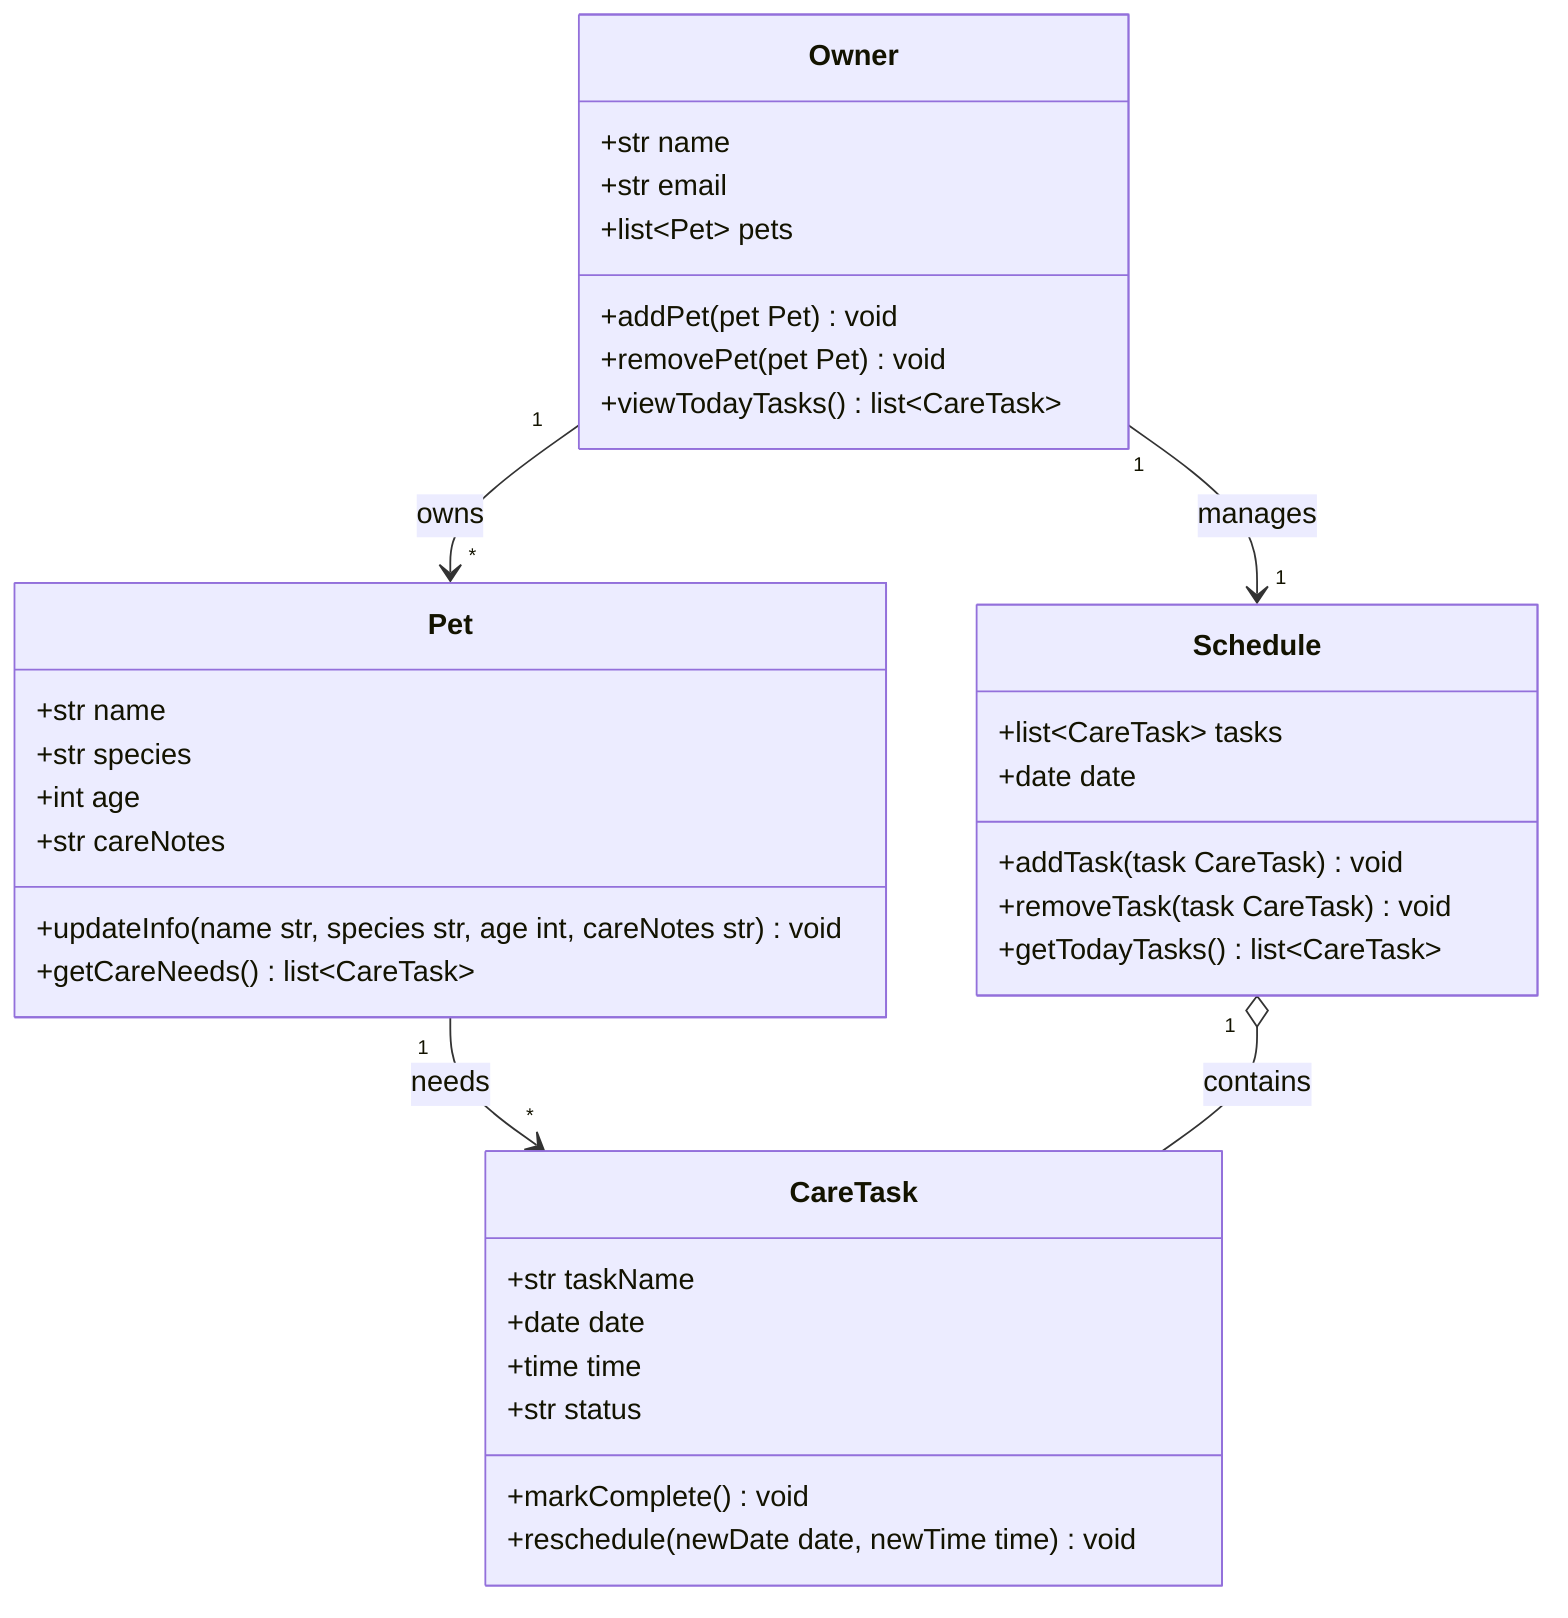
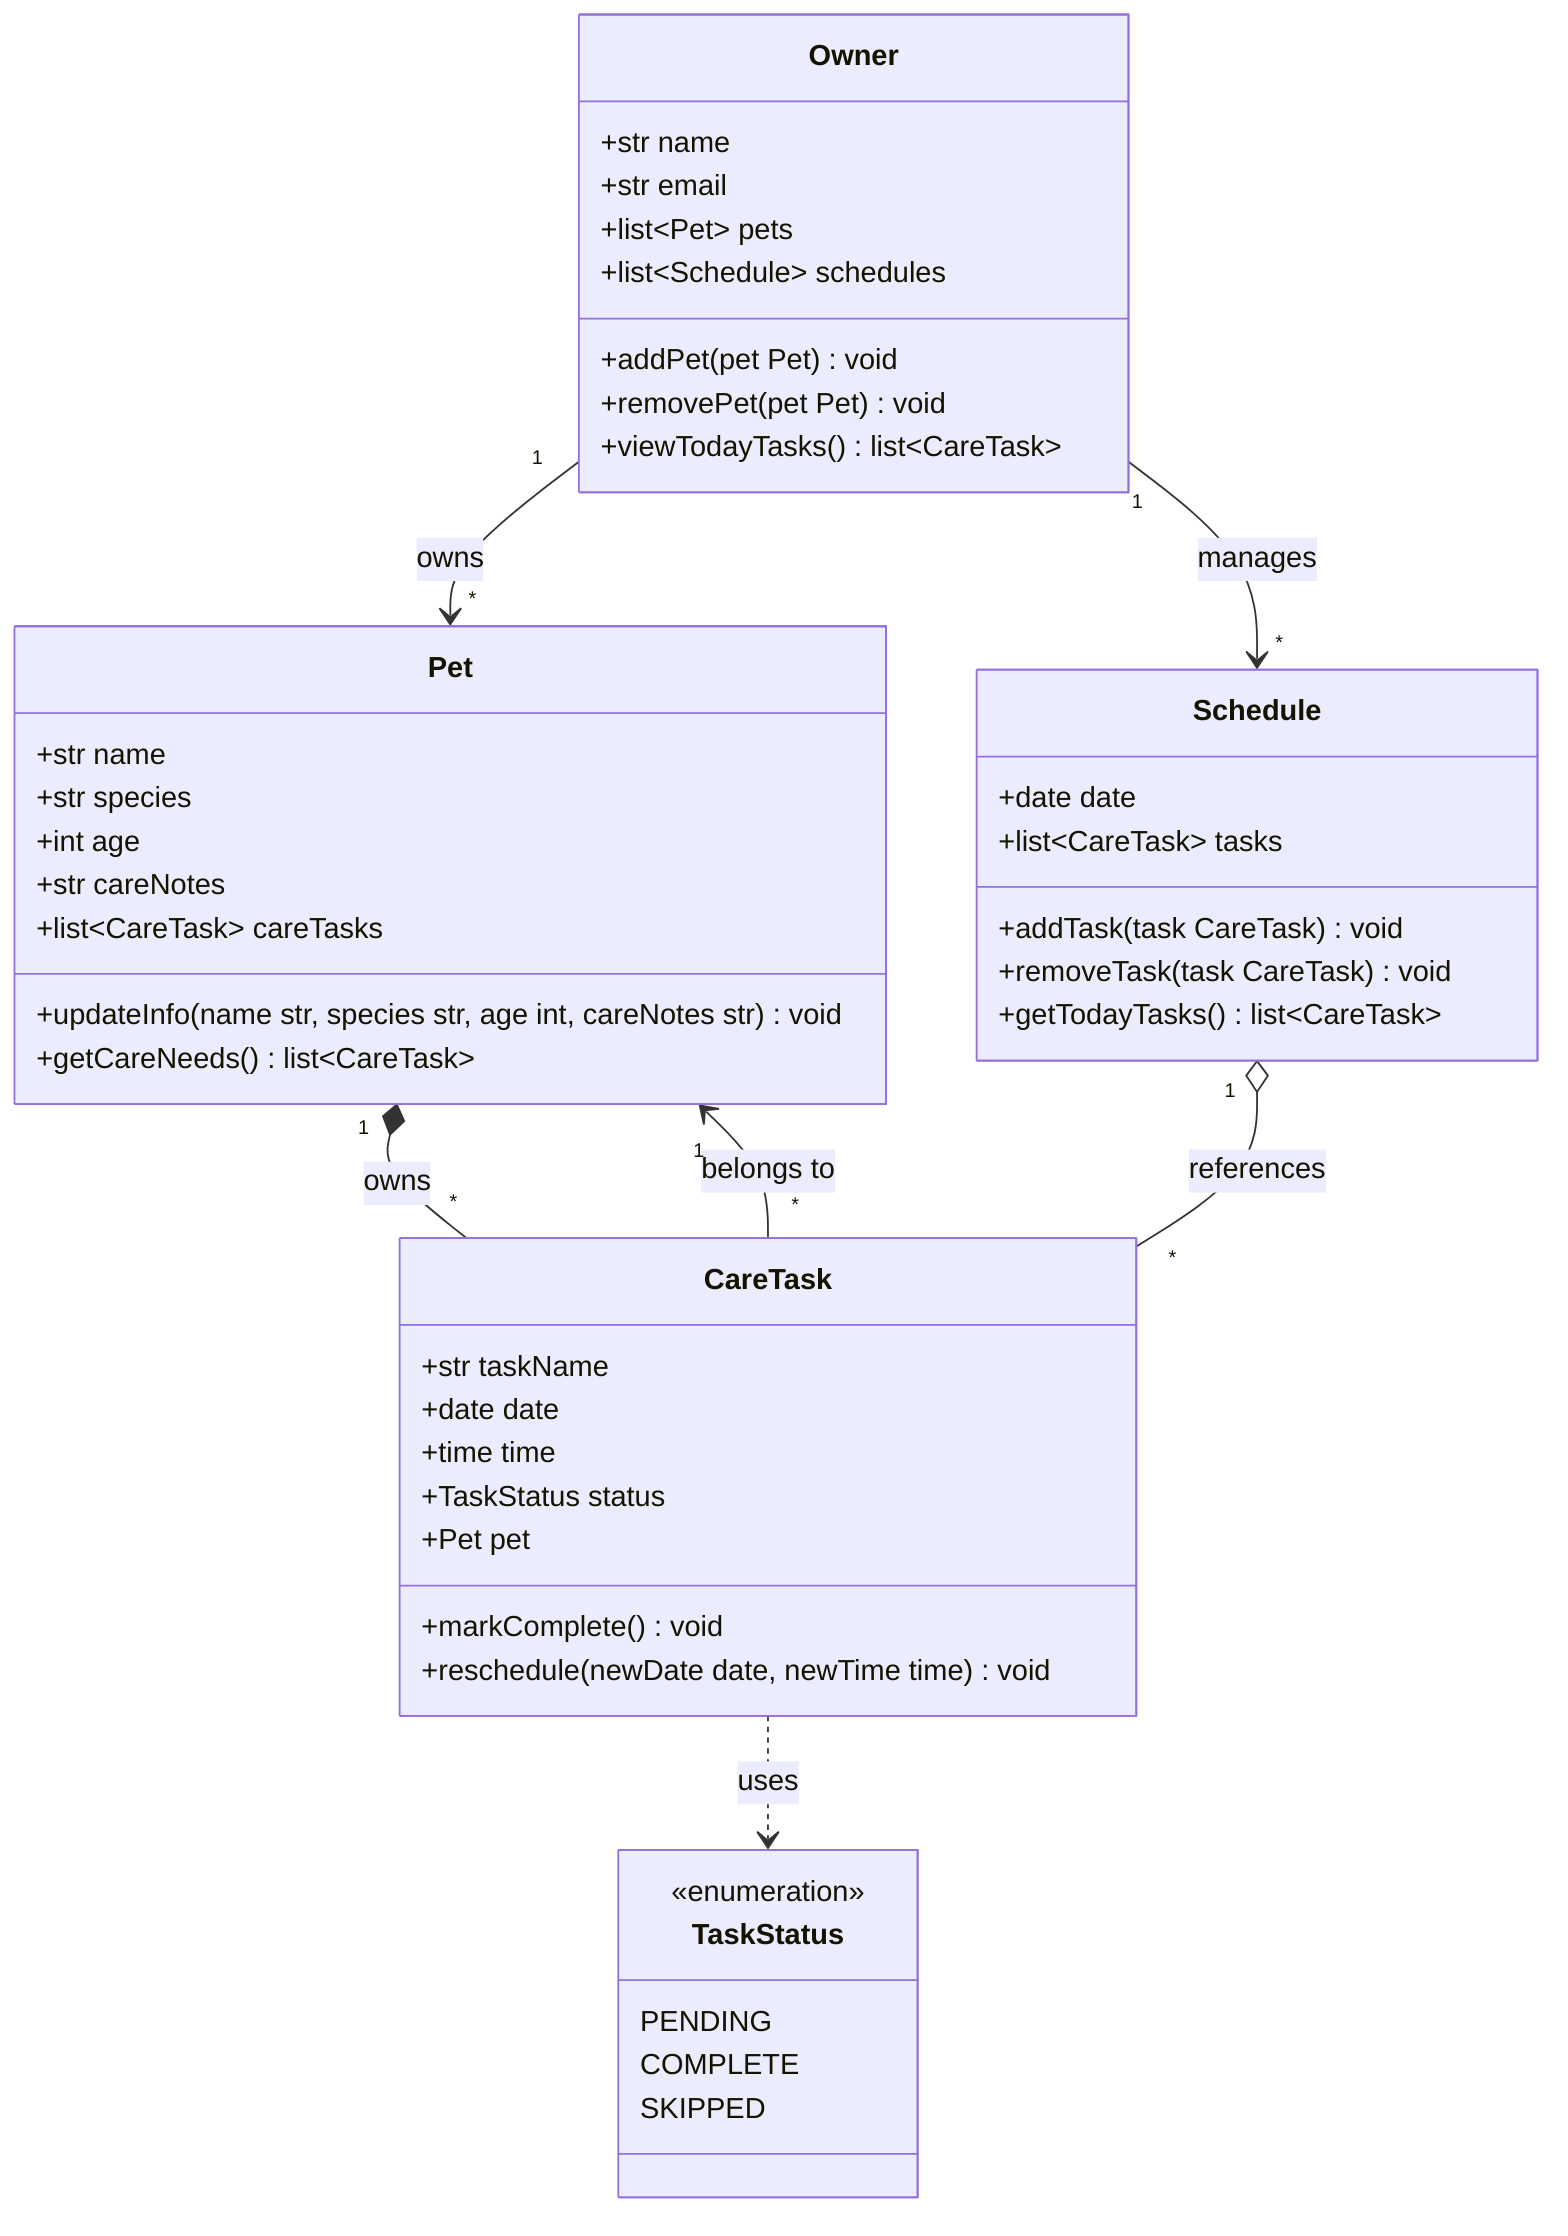
classDiagram
    %% PawPal+ class diagram
    %% Four core classes: Owner, Pet, CareTask, Schedule
+     %% Design: a Pet owns its CareTasks (single source of truth);
+     %% a Schedule is a one-day view; an Owner has many Schedules.
+ 
+     class TaskStatus {
+         <<enumeration>>
+         PENDING
+         COMPLETE
+         SKIPPED
+     }

    class Owner {
        +str name
        +str email
        +list~Pet~ pets
+         +list~Schedule~ schedules
        +addPet(pet Pet) void
        +removePet(pet Pet) void
        +viewTodayTasks() list~CareTask~
    }

    class Pet {
        +str name
        +str species
        +int age
        +str careNotes
+         +list~CareTask~ careTasks
        +updateInfo(name str, species str, age int, careNotes str) void
        +getCareNeeds() list~CareTask~
    }

    class CareTask {
        +str taskName
        +date date
        +time time
-         +str status
+         +TaskStatus status
+         +Pet pet
        +markComplete() void
        +reschedule(newDate date, newTime time) void
    }

    class Schedule {
+         +date date
        +list~CareTask~ tasks
-         +date date
        +addTask(task CareTask) void
        +removeTask(task CareTask) void
        +getTodayTasks() list~CareTask~
    }

    Owner "1" --> "*" Pet : owns
-     Pet "1" --> "*" CareTask : needs
-     Schedule "1" o-- "*" CareTask : contains
-     Owner "1" --> "1" Schedule : manages
+     Owner "1" --> "*" Schedule : manages
+     Pet "1" *-- "*" CareTask : owns
+     CareTask "*" --> "1" Pet : belongs to
+     Schedule "1" o-- "*" CareTask : references
+     CareTask ..> TaskStatus : uses
